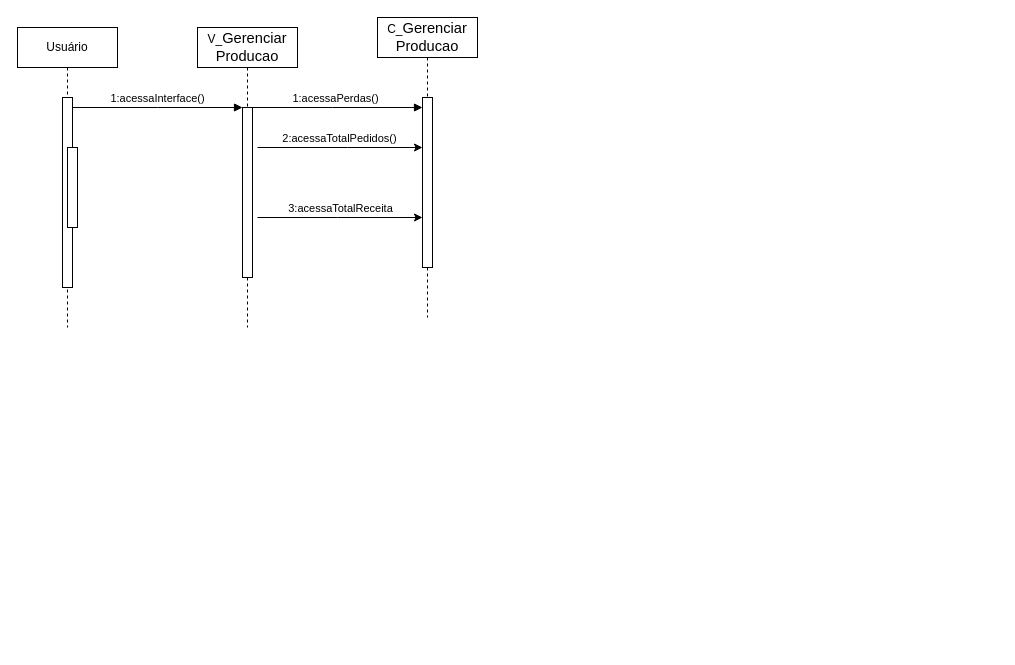
Earlier version of the draw.io diagram src/Diagrama sem nome.drawio (anthonphax/rocks). Source tidied: cells renumbered, new cells numbered last; positions are measured from the earlier drawing's top-left corner, leaving out a move shared by most shapes. Both pictures are drawn from the tidied source at 100%, with x=0, y=0 at pixel (17, 17).
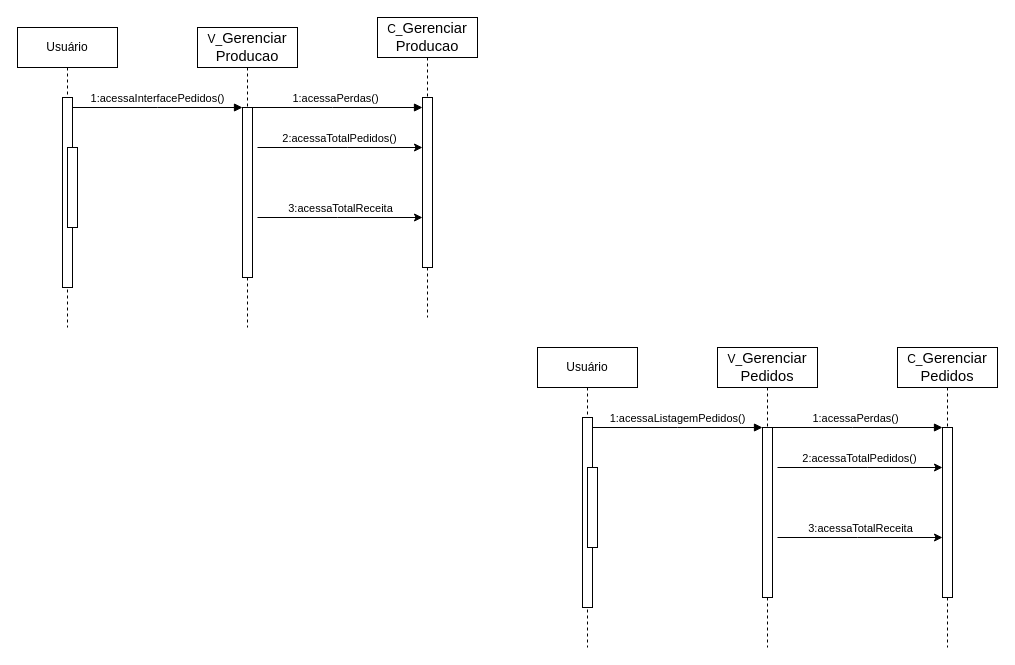
The same diagram, later.

Unchanged cells that the change refers to:
```xml
<mxCell id="3" style="html=1;points=[];perimeter=orthogonalPerimeter;outlineConnect=0;targetShapes=umlLifeline;portConstraint=eastwest;newEdgeStyle={&quot;edgeStyle&quot;:&quot;elbowEdgeStyle&quot;,&quot;elbow&quot;:&quot;vertical&quot;,&quot;curved&quot;:0,&quot;rounded&quot;:0};" parent="2" vertex="1">
  <mxGeometry x="45" y="70" width="10" height="190" as="geometry" />
</mxCell>
<mxCell id="6" style="html=1;points=[];perimeter=orthogonalPerimeter;outlineConnect=0;targetShapes=umlLifeline;portConstraint=eastwest;newEdgeStyle={&quot;edgeStyle&quot;:&quot;elbowEdgeStyle&quot;,&quot;elbow&quot;:&quot;vertical&quot;,&quot;curved&quot;:0,&quot;rounded&quot;:0};" parent="5" vertex="1">
  <mxGeometry x="45" y="80" width="10" height="170" as="geometry" />
</mxCell>
```

The edit, as a diff of the source:
```diff
@@
-    <mxCell id="7" value="1:acessaInterface()" style="html=1;verticalAlign=bottom;endArrow=block;edgeStyle=elbowEdgeStyle;elbow=horizontal;curved=0;rounded=0;" parent="1" edge="1" source="3" target="6">
+    <mxCell id="7" value="1:acessaInterfacePedidos()" style="html=1;verticalAlign=bottom;endArrow=block;edgeStyle=elbowEdgeStyle;elbow=horizontal;curved=0;rounded=0;" parent="1" edge="1" source="3" target="6">
       <mxGeometry relative="1" as="geometry">
         <Array as="points">
           <mxPoint x="140" y="90" />
         </Array>
       </mxGeometry>
     </mxCell>
@@
+    <mxCell id="13" value="Usuário" style="shape=umlLifeline;perimeter=lifelinePerimeter;whiteSpace=wrap;html=1;newEdgeStyle={&quot;edgeStyle&quot;:&quot;elbowEdgeStyle&quot;,&quot;elbow&quot;:&quot;vertical&quot;,&quot;curved&quot;:0,&quot;rounded&quot;:0};" parent="1" vertex="1">
+      <mxGeometry x="520" y="330" width="100" height="300" as="geometry" />
+    </mxCell>
+    <mxCell id="14" style="html=1;points=[];perimeter=orthogonalPerimeter;outlineConnect=0;targetShapes=umlLifeline;portConstraint=eastwest;newEdgeStyle={&quot;edgeStyle&quot;:&quot;elbowEdgeStyle&quot;,&quot;elbow&quot;:&quot;vertical&quot;,&quot;curved&quot;:0,&quot;rounded&quot;:0};" parent="13" vertex="1">
+      <mxGeometry x="45" y="70" width="10" height="190" as="geometry" />
+    </mxCell>
+    <mxCell id="15" style="html=1;perimeter=orthogonalPerimeter;targetShapes=umlLifeline;newEdgeStyle={&quot;edgeStyle&quot;:&quot;elbowEdgeStyle&quot;,&quot;elbow&quot;:&quot;vertical&quot;,&quot;curved&quot;:0,&quot;rounded&quot;:0};" parent="13" vertex="1">
+      <mxGeometry x="50" y="120" width="10" height="80" as="geometry" />
+    </mxCell>
+    <mxCell id="16" value="V_&lt;span id=&quot;docs-internal-guid-f7dec2f7-7fff-565a-7c33-e3caf145633c&quot;&gt;&lt;span style=&quot;font-size: 11pt; font-family: Arial, sans-serif; background-color: transparent; font-variant-numeric: normal; font-variant-east-asian: normal; font-variant-alternates: normal; font-variant-position: normal; font-variant-emoji: normal; vertical-align: baseline; white-space-collapse: preserve;&quot;&gt;Gerenciar Pedidos&lt;/span&gt;&lt;/span&gt;" style="shape=umlLifeline;perimeter=lifelinePerimeter;whiteSpace=wrap;html=1;newEdgeStyle={&quot;edgeStyle&quot;:&quot;elbowEdgeStyle&quot;,&quot;elbow&quot;:&quot;vertical&quot;,&quot;curved&quot;:0,&quot;rounded&quot;:0};" parent="1" vertex="1">
+      <mxGeometry x="700" y="330" width="100" height="300" as="geometry" />
+    </mxCell>
+    <mxCell id="17" style="html=1;points=[];perimeter=orthogonalPerimeter;outlineConnect=0;targetShapes=umlLifeline;portConstraint=eastwest;newEdgeStyle={&quot;edgeStyle&quot;:&quot;elbowEdgeStyle&quot;,&quot;elbow&quot;:&quot;vertical&quot;,&quot;curved&quot;:0,&quot;rounded&quot;:0};" parent="16" vertex="1">
+      <mxGeometry x="45" y="80" width="10" height="170" as="geometry" />
+    </mxCell>
+    <mxCell id="18" value="1:acessaListagemPedidos()" style="html=1;verticalAlign=bottom;endArrow=block;edgeStyle=elbowEdgeStyle;elbow=vertical;curved=0;rounded=0;" parent="1" edge="1" source="14" target="17">
+      <mxGeometry relative="1" as="geometry">
+        <Array as="points">
+          <mxPoint x="660" y="410" />
+        </Array>
+      </mxGeometry>
+    </mxCell>
+    <mxCell id="19" value="1:acessaPerdas()" style="html=1;verticalAlign=bottom;endArrow=block;edgeStyle=elbowEdgeStyle;elbow=horizontal;curved=0;rounded=0;" parent="1" edge="1">
+      <mxGeometry relative="1" as="geometry">
+        <mxPoint x="750" y="410" as="sourcePoint" />
+        <mxPoint x="925" y="410" as="targetPoint" />
+        <Array as="points">
+          <mxPoint x="835" y="410" />
+        </Array>
+      </mxGeometry>
+    </mxCell>
+    <mxCell id="20" value="2:acessaTotalPedidos()" style="html=1;verticalAlign=bottom;endArrow=none;edgeStyle=elbowEdgeStyle;elbow=vertical;curved=0;rounded=0;endFill=1;strokeColor=default;startArrow=classic;startFill=1;" parent="1" edge="1">
+      <mxGeometry relative="1" as="geometry">
+        <mxPoint x="925" y="450" as="sourcePoint" />
+        <mxPoint x="760" y="450" as="targetPoint" />
+        <Array as="points">
+          <mxPoint x="850" y="450" />
+        </Array>
+      </mxGeometry>
+    </mxCell>
+    <mxCell id="21" value="C_&lt;span id=&quot;docs-internal-guid-f7dec2f7-7fff-565a-7c33-e3caf145633c&quot;&gt;&lt;span style=&quot;font-size: 11pt; font-family: Arial, sans-serif; background-color: transparent; font-variant-numeric: normal; font-variant-east-asian: normal; font-variant-alternates: normal; font-variant-position: normal; font-variant-emoji: normal; vertical-align: baseline; white-space-collapse: preserve;&quot;&gt;Gerenciar &lt;/span&gt;&lt;/span&gt;&lt;span style=&quot;font-family: Arial, sans-serif; font-size: 14.6667px; white-space-collapse: preserve;&quot;&gt;Pedidos&lt;/span&gt;" style="shape=umlLifeline;perimeter=lifelinePerimeter;whiteSpace=wrap;html=1;newEdgeStyle={&quot;edgeStyle&quot;:&quot;elbowEdgeStyle&quot;,&quot;elbow&quot;:&quot;vertical&quot;,&quot;curved&quot;:0,&quot;rounded&quot;:0};" parent="1" vertex="1">
+      <mxGeometry x="880" y="330" width="100" height="300" as="geometry" />
+    </mxCell>
+    <mxCell id="22" style="html=1;perimeter=orthogonalPerimeter;targetShapes=umlLifeline;newEdgeStyle={&quot;edgeStyle&quot;:&quot;elbowEdgeStyle&quot;,&quot;elbow&quot;:&quot;vertical&quot;,&quot;curved&quot;:0,&quot;rounded&quot;:0};" parent="21" vertex="1">
+      <mxGeometry x="45" y="80" width="10" height="170" as="geometry" />
+    </mxCell>
+    <mxCell id="23" value="3:acessaTotalReceita" style="html=1;verticalAlign=bottom;endArrow=classic;edgeStyle=elbowEdgeStyle;elbow=vertical;curved=0;rounded=0;startArrow=none;startFill=0;endFill=1;" parent="1" edge="1">
+      <mxGeometry relative="1" as="geometry">
+        <mxPoint x="760" y="520" as="sourcePoint" />
+        <mxPoint x="925" y="520" as="targetPoint" />
+        <Array as="points">
+          <mxPoint x="840" y="520" />
+        </Array>
+      </mxGeometry>
+    </mxCell>
```
